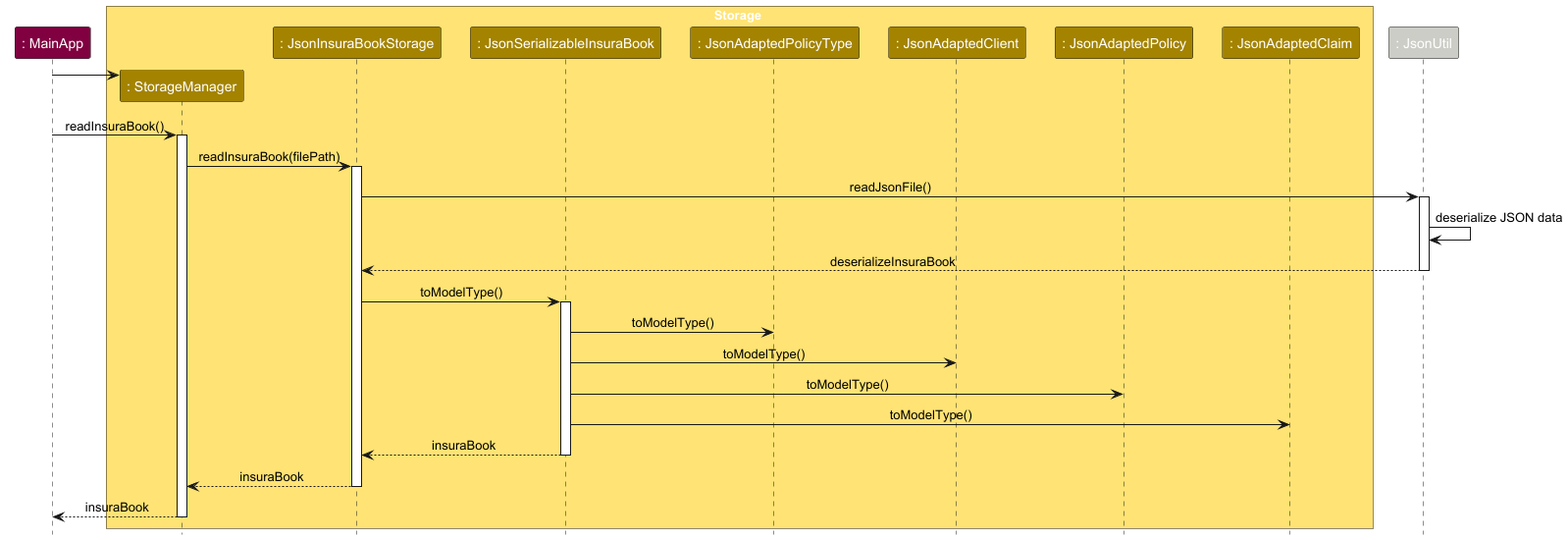
This is docs/images/StorageLoadingDataSequenceDiagram.png from AY2526S1-CS2103T-F15b-1/tp, a PlantUML export, as it was before one commit. Source of this version:
```plantuml
@startuml
!include style.puml
!define MAIN_COLOUR #800040
!define COMMONS_COLOR #CCCDC6
skinparam ArrowFontStyle plain

Participant ": MainApp" as MainApp MAIN_COLOUR

box Storage STORAGE_COLOR_T1
participant ": StorageManager" as StorageManager STORAGE_COLOR
participant ": JsonInsuraBookStorage" as JsonInsuraBookStorage STORAGE_COLOR
participant ": JsonSerializableInsuraBook" as JsonSerializableInsuraBook STORAGE_COLOR
participant ": JsonAdaptedPolicyType" as JsonAdaptedPolicyType STORAGE_COLOR
participant ": JsonAdaptedClient" as JsonAdaptedClient STORAGE_COLOR
participant ": JsonAdaptedPolicy" as JsonAdaptedPolicy STORAGE_COLOR
participant ": JsonAdaptedClaim" as JsonAdaptedClaim STORAGE_COLOR
end box

Participant ": JsonUtil" as JsonUtil COMMONS_COLOR

create StorageManager
MainApp -> StorageManager

MainApp -> StorageManager : readInsuraBook()
activate StorageManager

StorageManager -> JsonInsuraBookStorage : readInsuraBook(filePath)
activate JsonInsuraBookStorage

JsonInsuraBookStorage -> JsonUtil : readJsonFile()
activate JsonUtil

JsonUtil -> JsonUtil : deserialize JSON data
JsonUtil --> JsonInsuraBookStorage : deserializeInsuraBook
deactivate JsonUtil

JsonInsuraBookStorage -> JsonSerializableInsuraBook : toModelType()
activate JsonSerializableInsuraBook
JsonSerializableInsuraBook -> JsonAdaptedPolicyType : toModelType()
JsonSerializableInsuraBook -> JsonAdaptedClient : toModelType()
JsonSerializableInsuraBook -> JsonAdaptedPolicy : toModelType()
JsonSerializableInsuraBook -> JsonAdaptedClaim : toModelType()

JsonSerializableInsuraBook --> JsonInsuraBookStorage : insuraBook
deactivate JsonSerializableInsuraBook

JsonInsuraBookStorage --> StorageManager : insuraBook
deactivate JsonInsuraBookStorage

StorageManager --> MainApp : insuraBook
deactivate StorageManager
@enduml
```
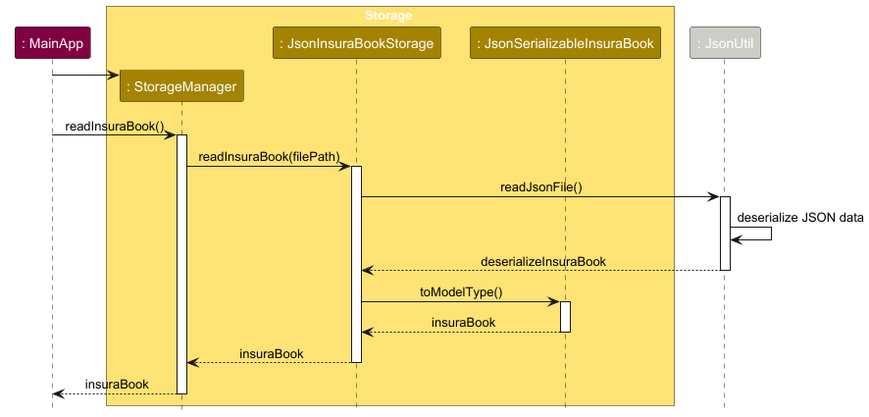
After the change.

What changed in the source:
```diff
@@ -10,10 +10,6 @@
 participant ": StorageManager" as StorageManager STORAGE_COLOR
 participant ": JsonInsuraBookStorage" as JsonInsuraBookStorage STORAGE_COLOR
 participant ": JsonSerializableInsuraBook" as JsonSerializableInsuraBook STORAGE_COLOR
-participant ": JsonAdaptedPolicyType" as JsonAdaptedPolicyType STORAGE_COLOR
-participant ": JsonAdaptedClient" as JsonAdaptedClient STORAGE_COLOR
-participant ": JsonAdaptedPolicy" as JsonAdaptedPolicy STORAGE_COLOR
-participant ": JsonAdaptedClaim" as JsonAdaptedClaim STORAGE_COLOR
 end box
 
 Participant ": JsonUtil" as JsonUtil COMMONS_COLOR
@@ -36,11 +32,6 @@
 
 JsonInsuraBookStorage -> JsonSerializableInsuraBook : toModelType()
 activate JsonSerializableInsuraBook
-JsonSerializableInsuraBook -> JsonAdaptedPolicyType : toModelType()
-JsonSerializableInsuraBook -> JsonAdaptedClient : toModelType()
-JsonSerializableInsuraBook -> JsonAdaptedPolicy : toModelType()
-JsonSerializableInsuraBook -> JsonAdaptedClaim : toModelType()
-
 JsonSerializableInsuraBook --> JsonInsuraBookStorage : insuraBook
 deactivate JsonSerializableInsuraBook
 
@@ -49,4 +40,5 @@
 
 StorageManager --> MainApp : insuraBook
 deactivate StorageManager
+
 @enduml
```
